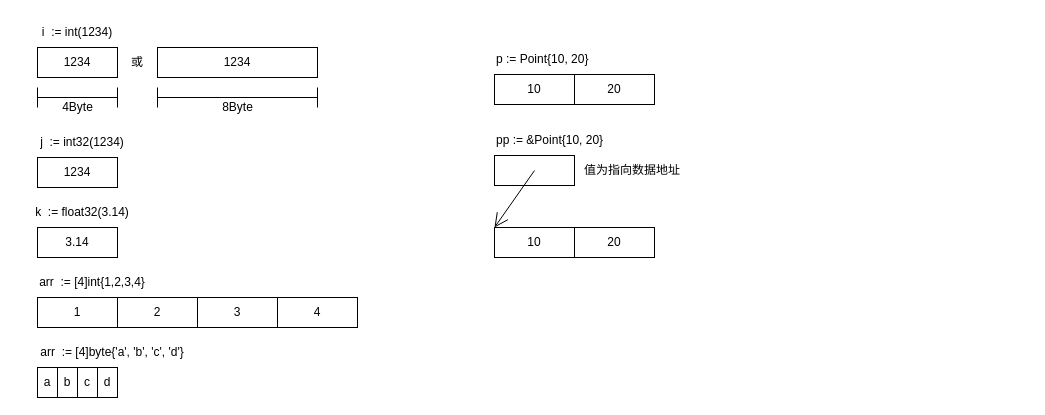
Before: page "数据结构" (1 of 3) of golang.drawio in jxu86/project-uml, a draw.io diagram. Source tidied: cells renumbered, new cells numbered last; positions are measured from the earlier drawing's top-left corner, leaving out a move shared by most shapes. Both pictures are drawn from the tidied source at 100%, with x=0, y=0 at pixel (17, 17).
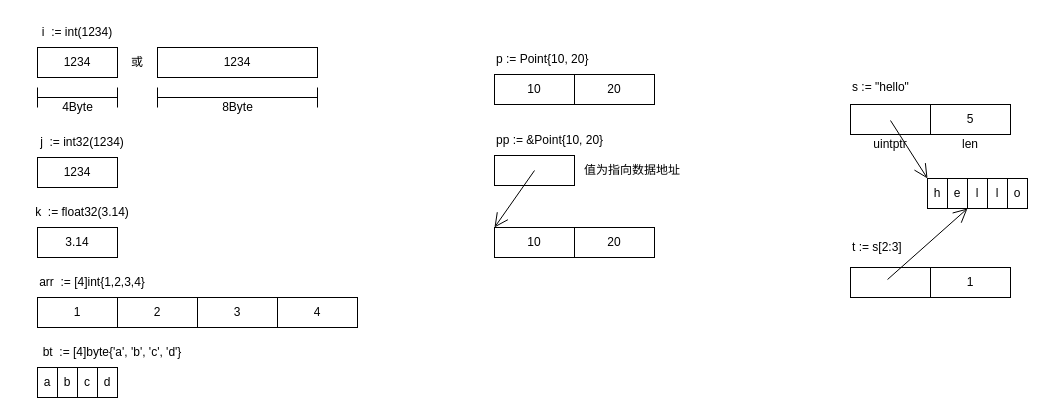
Above is the later version.

What changed in the source:
```diff
@@
-    <mxCell id="20" value="arr&amp;nbsp; := [4]byte{'a', 'b', 'c', 'd'}" style="text;html=1;strokeColor=none;fillColor=none;align=center;verticalAlign=middle;whiteSpace=wrap;rounded=0;" parent="1" vertex="1">
+    <mxCell id="20" value="bt&amp;nbsp; := [4]byte{'a', 'b', 'c', 'd'}" style="text;html=1;strokeColor=none;fillColor=none;align=center;verticalAlign=middle;whiteSpace=wrap;rounded=0;" parent="1" vertex="1">
       <mxGeometry x="20" y="320" width="150" height="30" as="geometry" />
     </mxCell>
@@
+    <mxCell id="33" value="s := &quot;hello&quot;" style="text;html=1;strokeColor=none;fillColor=none;align=left;verticalAlign=middle;whiteSpace=wrap;rounded=0;" parent="1" vertex="1">
+      <mxGeometry x="833" y="55" width="119" height="30" as="geometry" />
+    </mxCell>
+    <mxCell id="34" style="rounded=0;whiteSpace=wrap;html=1;" parent="1" vertex="1">
+      <mxGeometry x="833" y="87" width="80" height="30" as="geometry" />
+    </mxCell>
+    <mxCell id="35" value="5" style="rounded=0;whiteSpace=wrap;html=1;" parent="1" vertex="1">
+      <mxGeometry x="913" y="87" width="80" height="30" as="geometry" />
+    </mxCell>
+    <mxCell id="36" value="uintptr" style="text;html=1;strokeColor=none;fillColor=none;align=center;verticalAlign=middle;whiteSpace=wrap;rounded=0;" parent="1" vertex="1">
+      <mxGeometry x="843" y="117" width="60" height="19" as="geometry" />
+    </mxCell>
+    <mxCell id="37" value="len" style="text;html=1;strokeColor=none;fillColor=none;align=center;verticalAlign=middle;whiteSpace=wrap;rounded=0;" parent="1" vertex="1">
+      <mxGeometry x="923" y="117" width="60" height="19" as="geometry" />
+    </mxCell>
+    <mxCell id="38" value="h" style="rounded=0;whiteSpace=wrap;html=1;" parent="1" vertex="1">
+      <mxGeometry x="910" y="161" width="20" height="30" as="geometry" />
+    </mxCell>
+    <mxCell id="39" value="e" style="rounded=0;whiteSpace=wrap;html=1;" parent="1" vertex="1">
+      <mxGeometry x="930" y="161" width="20" height="30" as="geometry" />
+    </mxCell>
+    <mxCell id="40" value="l" style="rounded=0;whiteSpace=wrap;html=1;" parent="1" vertex="1">
+      <mxGeometry x="950" y="161" width="20" height="30" as="geometry" />
+    </mxCell>
+    <mxCell id="41" value="l" style="rounded=0;whiteSpace=wrap;html=1;" parent="1" vertex="1">
+      <mxGeometry x="970" y="161" width="20" height="30" as="geometry" />
+    </mxCell>
+    <mxCell id="42" value="o" style="rounded=0;whiteSpace=wrap;html=1;" parent="1" vertex="1">
+      <mxGeometry x="990" y="161" width="20" height="30" as="geometry" />
+    </mxCell>
+    <mxCell id="43" style="endArrow=open;endFill=1;endSize=12;html=1;rounded=0;entryX=0;entryY=0;entryDx=0;entryDy=0;exitX=0.5;exitY=0.5;exitDx=0;exitDy=0;exitPerimeter=0;" parent="1" edge="1" target="38">
+      <mxGeometry relative="1" as="geometry">
+        <mxPoint x="873" y="103" as="sourcePoint" />
+      </mxGeometry>
+    </mxCell>
+    <mxCell id="44" value="t := s[2:3]" style="text;html=1;strokeColor=none;fillColor=none;align=left;verticalAlign=middle;whiteSpace=wrap;rounded=0;" parent="1" vertex="1">
+      <mxGeometry x="833" y="215" width="119" height="30" as="geometry" />
+    </mxCell>
+    <mxCell id="45" style="rounded=0;whiteSpace=wrap;html=1;" parent="1" vertex="1">
+      <mxGeometry x="833" y="250" width="80" height="30" as="geometry" />
+    </mxCell>
+    <mxCell id="46" value="1" style="rounded=0;whiteSpace=wrap;html=1;" parent="1" vertex="1">
+      <mxGeometry x="913" y="250" width="80" height="30" as="geometry" />
+    </mxCell>
+    <mxCell id="47" style="endArrow=open;endFill=1;endSize=12;html=1;rounded=0;entryX=1;entryY=1;entryDx=0;entryDy=0;exitX=0.463;exitY=0.4;exitDx=0;exitDy=0;exitPerimeter=0;" parent="1" edge="1" source="45" target="39">
+      <mxGeometry relative="1" as="geometry" />
+    </mxCell>
```
